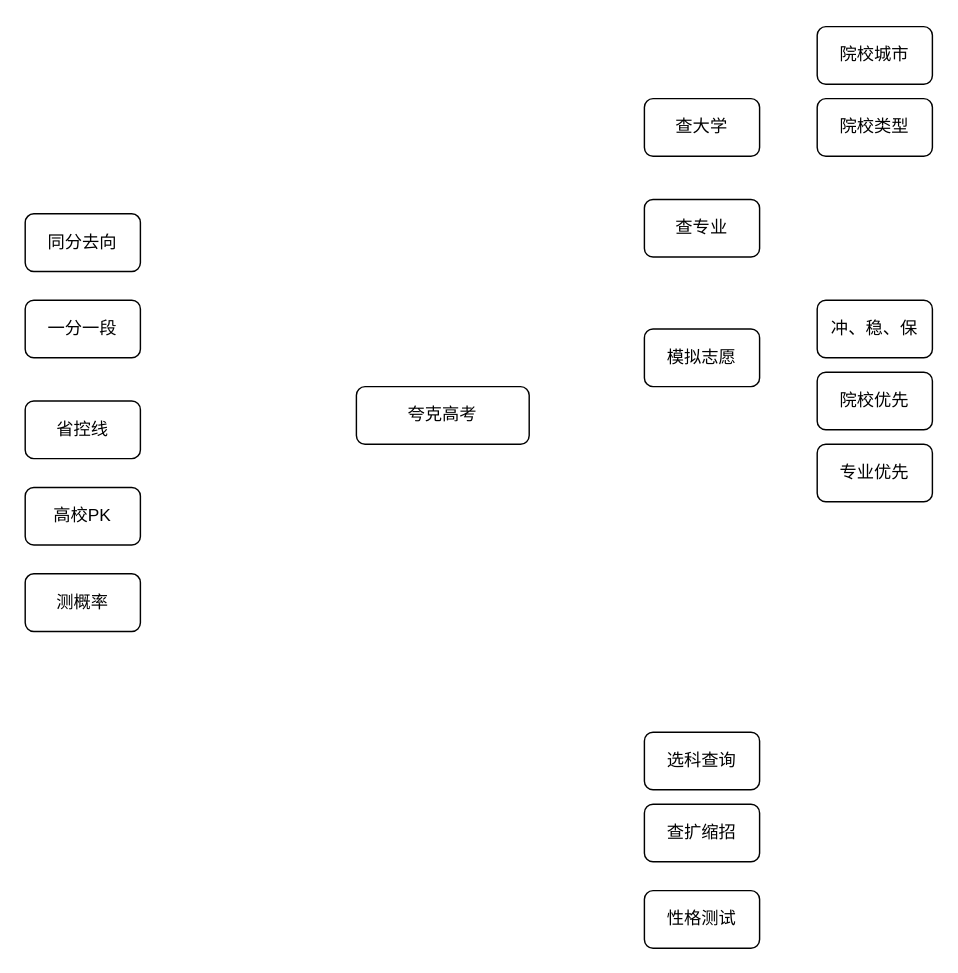
Ryan-xsh/first keeps this draw.io diagram as drawio/竞品分析(夸克高考).drawio. Above is the earlier version. Source tidied: cells renumbered, new cells numbered last; positions are measured from the earlier drawing's top-left corner, leaving out a move shared by most shapes. Both pictures are drawn from the tidied source at 144%, with x=0, y=0 at pixel (24, 26).
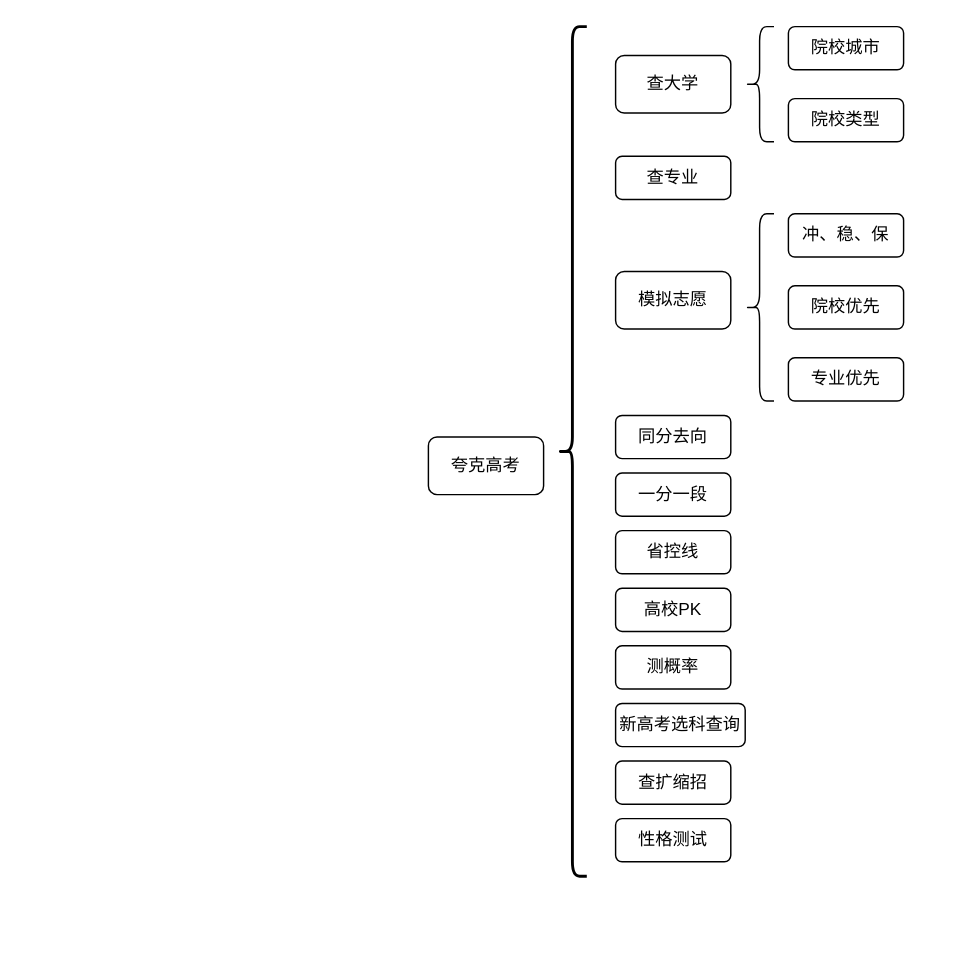
Above is the later version.

Commit message (it also covers changes not shown here):
更新竞品分析(夸克高考).drawio

The edit, as a diff of the source:
```diff
@@
     <mxCell id="2" value="夸克高考" style="rounded=1;whiteSpace=wrap;html=1;" parent="1" vertex="1">
-      <mxGeometry x="230" y="250" width="120" height="40" as="geometry" />
+      <mxGeometry x="280" y="285" width="80" height="40" as="geometry" />
     </mxCell>
     <mxCell id="3" value="一分一段" style="rounded=1;whiteSpace=wrap;html=1;" parent="1" vertex="1">
-      <mxGeometry y="190" width="80" height="40" as="geometry" />
+      <mxGeometry x="410" y="310" width="80" height="30" as="geometry" />
     </mxCell>
     <mxCell id="4" value="省控线" style="rounded=1;whiteSpace=wrap;html=1;" parent="1" vertex="1">
-      <mxGeometry y="260" width="80" height="40" as="geometry" />
+      <mxGeometry x="410" y="350" width="80" height="30" as="geometry" />
     </mxCell>
     <mxCell id="5" value="高校PK" style="rounded=1;whiteSpace=wrap;html=1;" parent="1" vertex="1">
-      <mxGeometry y="320" width="80" height="40" as="geometry" />
+      <mxGeometry x="410" y="390" width="80" height="30" as="geometry" />
     </mxCell>
     <mxCell id="6" value="测概率" style="rounded=1;whiteSpace=wrap;html=1;" parent="1" vertex="1">
-      <mxGeometry y="380" width="80" height="40" as="geometry" />
+      <mxGeometry x="410" y="430" width="80" height="30" as="geometry" />
     </mxCell>
-    <mxCell id="7" value="选科查询" style="rounded=1;whiteSpace=wrap;html=1;" parent="1" vertex="1">
-      <mxGeometry x="430" y="490" width="80" height="40" as="geometry" />
+    <mxCell id="7" value="新高考选科查询" style="rounded=1;whiteSpace=wrap;html=1;" parent="1" vertex="1">
+      <mxGeometry x="410" y="470" width="90" height="30" as="geometry" />
     </mxCell>
     <mxCell id="8" value="查扩缩招" style="rounded=1;whiteSpace=wrap;html=1;" parent="1" vertex="1">
-      <mxGeometry x="430" y="540" width="80" height="40" as="geometry" />
+      <mxGeometry x="410" y="510" width="80" height="30" as="geometry" />
     </mxCell>
     <mxCell id="9" value="查大学" style="rounded=1;whiteSpace=wrap;html=1;" parent="1" vertex="1">
-      <mxGeometry x="430" y="50" width="80" height="40" as="geometry" />
+      <mxGeometry x="410" y="20" width="80" height="40" as="geometry" />
     </mxCell>
     <mxCell id="10" value="查专业" style="rounded=1;whiteSpace=wrap;html=1;" parent="1" vertex="1">
-      <mxGeometry x="430" y="120" width="80" height="40" as="geometry" />
+      <mxGeometry x="410" y="90" width="80" height="30" as="geometry" />
     </mxCell>
     <mxCell id="11" value="同分去向" style="rounded=1;whiteSpace=wrap;html=1;" parent="1" vertex="1">
-      <mxGeometry y="130" width="80" height="40" as="geometry" />
+      <mxGeometry x="410" y="270" width="80" height="30" as="geometry" />
     </mxCell>
     <mxCell id="12" value="性格测试" style="rounded=1;whiteSpace=wrap;html=1;" parent="1" vertex="1">
-      <mxGeometry x="430" y="600" width="80" height="40" as="geometry" />
+      <mxGeometry x="410" y="550" width="80" height="30" as="geometry" />
     </mxCell>
     <mxCell id="13" value="院校城市" style="rounded=1;whiteSpace=wrap;html=1;" parent="1" vertex="1">
-      <mxGeometry x="550" width="80" height="40" as="geometry" />
+      <mxGeometry x="530" width="80" height="30" as="geometry" />
     </mxCell>
     <mxCell id="14" value="院校类型" style="rounded=1;whiteSpace=wrap;html=1;fillColor=default;strokeColor=default;" parent="1" vertex="1">
-      <mxGeometry x="550" y="50" width="80" height="40" as="geometry" />
+      <mxGeometry x="530" y="50" width="80" height="30" as="geometry" />
     </mxCell>
     <mxCell id="15" value="模拟志愿" style="rounded=1;whiteSpace=wrap;html=1;" parent="1" vertex="1">
-      <mxGeometry x="430" y="210" width="80" height="40" as="geometry" />
+      <mxGeometry x="410" y="170" width="80" height="40" as="geometry" />
     </mxCell>
     <mxCell id="16" value="冲、稳、保" style="rounded=1;whiteSpace=wrap;html=1;" parent="1" vertex="1">
-      <mxGeometry x="550" y="190" width="80" height="40" as="geometry" />
+      <mxGeometry x="530" y="130" width="80" height="30" as="geometry" />
     </mxCell>
     <mxCell id="17" value="院校优先" style="rounded=1;whiteSpace=wrap;html=1;" parent="1" vertex="1">
-      <mxGeometry x="550" y="240" width="80" height="40" as="geometry" />
+      <mxGeometry x="530" y="180" width="80" height="30" as="geometry" />
     </mxCell>
     <mxCell id="18" value="专业优先" style="rounded=1;whiteSpace=wrap;html=1;" parent="1" vertex="1">
-      <mxGeometry x="550" y="290" width="80" height="40" as="geometry" />
+      <mxGeometry x="530" y="230" width="80" height="30" as="geometry" />
     </mxCell>
+    <mxCell id="19" style="shape=curlyBracket;whiteSpace=wrap;html=1;rounded=1;labelPosition=left;verticalLabelPosition=middle;align=right;verticalAlign=middle;strokeWidth=2;" parent="1" vertex="1">
+      <mxGeometry x="370" width="20" height="590" as="geometry" />
+    </mxCell>
+    <mxCell id="20" style="shape=curlyBracket;whiteSpace=wrap;html=1;rounded=1;labelPosition=left;verticalLabelPosition=middle;align=right;verticalAlign=middle;" parent="1" vertex="1">
+      <mxGeometry x="500" width="20" height="80" as="geometry" />
+    </mxCell>
+    <mxCell id="21" style="shape=curlyBracket;whiteSpace=wrap;html=1;rounded=1;labelPosition=left;verticalLabelPosition=middle;align=right;verticalAlign=middle;" parent="1" vertex="1">
+      <mxGeometry x="500" y="130" width="20" height="130" as="geometry" />
+    </mxCell>
```
